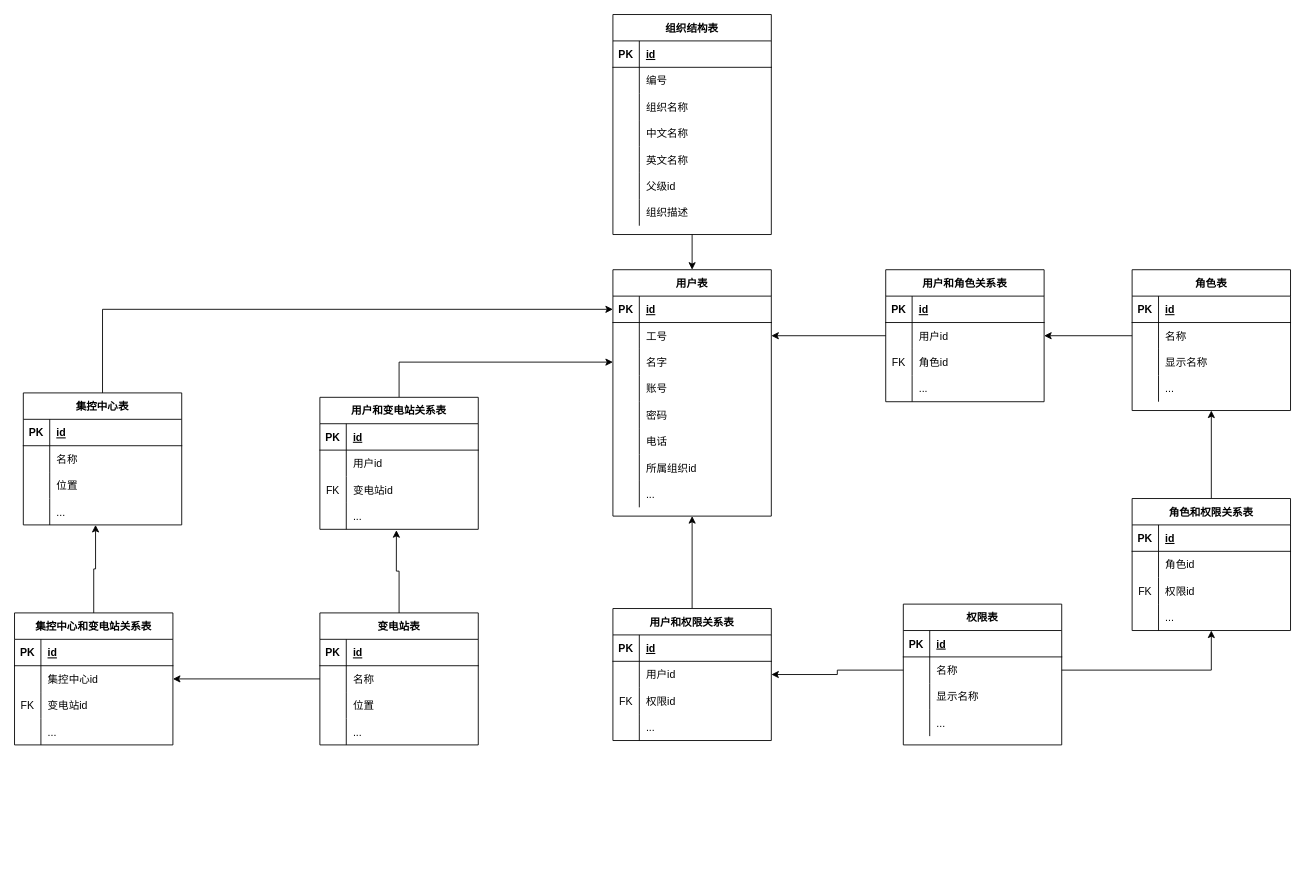
Before: 权限.drawio in wangyufei0807/draw, a draw.io diagram. Source tidied: cells renumbered, new cells numbered last; positions are measured from the earlier drawing's top-left corner, leaving out a move shared by most shapes. Both pictures are drawn from the tidied source at 88%, with x=0, y=0 at pixel (14, 14).
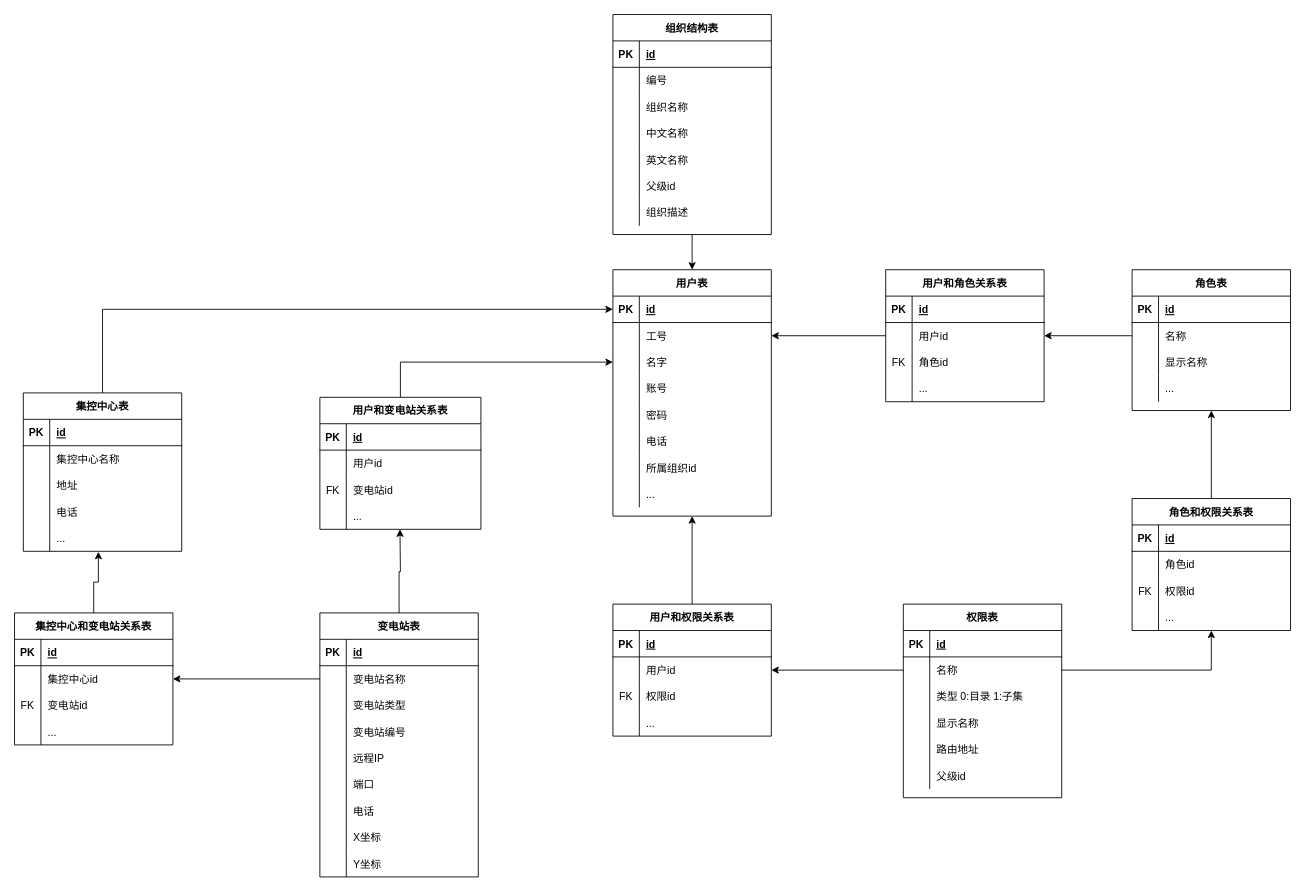
The same page after the edit.

Unchanged cells that the change refers to:
```xml
<mxCell id="57" style="shape=partialRectangle;fillColor=none;top=0;left=0;bottom=0;right=0;points=[[0,0.5],[1,0.5]];portConstraint=eastwest;" parent="53" vertex="1">
  <mxGeometry y="60" width="180" height="30" as="geometry" />
</mxCell>
<mxCell id="60" style="shape=partialRectangle;fillColor=none;top=0;left=0;bottom=0;right=0;" parent="53" vertex="1">
  <mxGeometry y="90" width="180" height="30" as="geometry" />
</mxCell>
<mxCell id="63" style="shape=partialRectangle;fillColor=none;top=0;left=0;bottom=0;right=0;" parent="53" vertex="1">
  <mxGeometry y="120" width="180" height="30" as="geometry" />
</mxCell>
<mxCell id="73" style="shape=partialRectangle;fillColor=none;top=0;left=0;bottom=0;right=0;" parent="66" vertex="1">
  <mxGeometry y="90" width="180" height="30" as="geometry" />
</mxCell>
<mxCell id="76" style="shape=partialRectangle;fillColor=none;top=0;left=0;bottom=0;right=0;" parent="66" vertex="1">
  <mxGeometry y="120" width="180" height="30" as="geometry" />
</mxCell>
<mxCell id="96" style="shape=partialRectangle;fillColor=none;top=0;left=0;bottom=0;right=0;" parent="92" vertex="1">
  <mxGeometry y="60" width="180" height="30" as="geometry" />
</mxCell>
<mxCell id="99" style="shape=partialRectangle;fillColor=none;top=0;left=0;bottom=0;right=0;" parent="92" vertex="1">
  <mxGeometry y="90" width="180" height="30" as="geometry" />
</mxCell>
<mxCell id="102" style="shape=partialRectangle;fillColor=none;top=0;left=0;bottom=0;right=0;points=[[0,0.5],[1,0.5]];portConstraint=eastwest;" parent="92" vertex="1">
  <mxGeometry y="120" width="180" height="30" as="geometry" />
</mxCell>
<mxCell id="105" value="集控中心和变电站关系表" style="shape=table;startSize=30;childLayout=tableLayout;rowLines=0;fontStyle=1;align=center;" parent="1" vertex="1">
  <mxGeometry y="680" width="180" height="150" as="geometry" />
</mxCell>
```

Diff of the diagram source:
```diff
@@
-    <mxCell id="8" style="edgeStyle=orthogonalEdgeStyle;rounded=0;jettySize=auto;html=1;exitX=0.5;exitY=0;exitDx=0;exitDy=0;entryX=0.483;entryY=1.033;entryDx=0;entryDy=0;entryPerimeter=0;" parent="1" edge="1" source="53" target="50">
-      <mxGeometry relative="1" as="geometry" />
+    <mxCell id="8" style="edgeStyle=orthogonalEdgeStyle;rounded=0;jettySize=auto;html=1;exitX=0.5;exitY=0;exitDx=0;exitDy=0;" parent="1" edge="1" source="53">
+      <mxGeometry relative="1" as="geometry">
+        <mxPoint x="438" y="585" as="targetPoint" />
+      </mxGeometry>
     </mxCell>
@@
-    <mxCell id="11" style="edgeStyle=orthogonalEdgeStyle;rounded=0;jettySize=auto;html=1;exitX=0.5;exitY=0;exitDx=0;exitDy=0;entryX=0.456;entryY=1;entryDx=0;entryDy=0;entryPerimeter=0;" parent="1" edge="1" source="105" target="102">
-      <mxGeometry relative="1" as="geometry" />
-    </mxCell>
@@
+    <mxCell id="178" style="edgeStyle=orthogonalEdgeStyle;rounded=0;jettySize=auto;html=1;exitX=0.5;exitY=0;exitDx=0;exitDy=0;entryX=0.474;entryY=1.016;entryDx=0;entryDy=0;entryPerimeter=0;" parent="1" edge="1" source="105" target="200">
+      <mxGeometry relative="1" as="geometry" />
+    </mxCell>
@@
     <mxCell id="40" value="用户和变电站关系表" style="shape=table;startSize=30;childLayout=tableLayout;rowLines=0;fontStyle=1;align=center;" parent="1" vertex="1">
-      <mxGeometry x="347" y="435" width="180" height="150" as="geometry" />
+      <mxGeometry x="347" y="435" width="183" height="150" as="geometry" />
     </mxCell>
     <mxCell id="41" style="shape=partialRectangle;fillColor=none;top=0;left=0;bottom=1;right=0;" parent="40" vertex="1">
-      <mxGeometry y="30" width="180" height="30" as="geometry" />
+      <mxGeometry y="30" width="183" height="30" as="geometry" />
     </mxCell>
@@
     <mxCell id="43" value="id" style="shape=partialRectangle;fillColor=none;top=0;left=0;bottom=0;right=0;align=left;spacingLeft=6;fontStyle=5;overflow=hidden;" parent="41" vertex="1">
-      <mxGeometry x="30" width="150" height="30" as="geometry" />
+      <mxGeometry x="30" width="153" height="30" as="geometry" />
     </mxCell>
     <mxCell id="44" style="shape=partialRectangle;fillColor=none;top=0;left=0;bottom=0;right=0;" parent="40" vertex="1">
-      <mxGeometry y="60" width="180" height="30" as="geometry" />
+      <mxGeometry y="60" width="183" height="30" as="geometry" />
     </mxCell>
@@
     <mxCell id="46" value="用户id" style="shape=partialRectangle;fillColor=none;top=0;left=0;bottom=0;right=0;align=left;spacingLeft=6;overflow=hidden;" parent="44" vertex="1">
-      <mxGeometry x="30" width="150" height="30" as="geometry" />
+      <mxGeometry x="30" width="153" height="30" as="geometry" />
     </mxCell>
     <mxCell id="47" style="shape=partialRectangle;fillColor=none;top=0;left=0;bottom=0;right=0;" parent="40" vertex="1">
-      <mxGeometry y="90" width="180" height="30" as="geometry" />
+      <mxGeometry y="90" width="183" height="30" as="geometry" />
     </mxCell>
@@
     <mxCell id="49" value="变电站id" style="shape=partialRectangle;fillColor=none;top=0;left=0;bottom=0;right=0;align=left;spacingLeft=6;overflow=hidden;" parent="47" vertex="1">
-      <mxGeometry x="30" width="150" height="30" as="geometry" />
+      <mxGeometry x="30" width="153" height="30" as="geometry" />
     </mxCell>
     <mxCell id="50" style="shape=partialRectangle;fillColor=none;top=0;left=0;bottom=0;right=0;points=[[0,0.5],[1,0.5]];portConstraint=eastwest;" parent="40" vertex="1">
-      <mxGeometry y="120" width="180" height="30" as="geometry" />
+      <mxGeometry y="120" width="183" height="30" as="geometry" />
     </mxCell>
@@
     <mxCell id="52" value="..." style="shape=partialRectangle;fillColor=none;top=0;left=0;bottom=0;right=0;align=left;spacingLeft=6;overflow=hidden;" parent="50" vertex="1">
-      <mxGeometry x="30" width="150" height="30" as="geometry" />
+      <mxGeometry x="30" width="153" height="30" as="geometry" />
     </mxCell>
     <mxCell id="53" value="变电站表" style="shape=table;startSize=30;childLayout=tableLayout;rowLines=0;fontStyle=1;align=center;" parent="1" vertex="1">
-      <mxGeometry x="347" y="680" width="180" height="150" as="geometry" />
+      <mxGeometry x="347" y="680" width="180" height="300" as="geometry" />
     </mxCell>
@@
-    <mxCell id="59" value="名称" style="shape=partialRectangle;fillColor=none;top=0;left=0;bottom=0;right=0;align=left;spacingLeft=6;overflow=hidden;" parent="57" vertex="1">
+    <mxCell id="59" value="变电站名称" style="shape=partialRectangle;fillColor=none;top=0;left=0;bottom=0;right=0;align=left;spacingLeft=6;overflow=hidden;" parent="57" vertex="1">
       <mxGeometry x="30" width="150" height="30" as="geometry" />
     </mxCell>
@@
-    <mxCell id="62" value="位置" style="shape=partialRectangle;fillColor=none;top=0;left=0;bottom=0;right=0;align=left;spacingLeft=6;overflow=hidden;" parent="60" vertex="1">
+    <mxCell id="62" value="变电站类型" style="shape=partialRectangle;fillColor=none;top=0;left=0;bottom=0;right=0;align=left;spacingLeft=6;overflow=hidden;" parent="60" vertex="1">
       <mxGeometry x="30" width="150" height="30" as="geometry" />
     </mxCell>
@@
-    <mxCell id="65" value="..." style="shape=partialRectangle;fillColor=none;top=0;left=0;bottom=0;right=0;align=left;spacingLeft=6;overflow=hidden;" parent="63" vertex="1">
+    <mxCell id="65" value="变电站编号" style="shape=partialRectangle;fillColor=none;top=0;left=0;bottom=0;right=0;align=left;spacingLeft=6;overflow=hidden;" parent="63" vertex="1">
       <mxGeometry x="30" width="150" height="30" as="geometry" />
     </mxCell>
+    <mxCell id="179" style="shape=partialRectangle;fillColor=none;top=0;left=0;bottom=0;right=0;" parent="53" vertex="1">
+      <mxGeometry y="150" width="180" height="30" as="geometry" />
+    </mxCell>
+    <mxCell id="180" style="shape=partialRectangle;fillColor=none;top=0;left=0;bottom=0;right=0;overflow=hidden;" parent="179" vertex="1">
+      <mxGeometry width="30" height="30" as="geometry" />
+    </mxCell>
+    <mxCell id="181" value="远程IP" style="shape=partialRectangle;fillColor=none;top=0;left=0;bottom=0;right=0;align=left;spacingLeft=6;overflow=hidden;" parent="179" vertex="1">
+      <mxGeometry x="30" width="150" height="30" as="geometry" />
+    </mxCell>
+    <mxCell id="182" style="shape=partialRectangle;fillColor=none;top=0;left=0;bottom=0;right=0;" parent="53" vertex="1">
+      <mxGeometry y="180" width="180" height="30" as="geometry" />
+    </mxCell>
+    <mxCell id="183" style="shape=partialRectangle;fillColor=none;top=0;left=0;bottom=0;right=0;overflow=hidden;" parent="182" vertex="1">
+      <mxGeometry width="30" height="30" as="geometry" />
+    </mxCell>
+    <mxCell id="184" value="端口" style="shape=partialRectangle;fillColor=none;top=0;left=0;bottom=0;right=0;align=left;spacingLeft=6;overflow=hidden;" parent="182" vertex="1">
+      <mxGeometry x="30" width="150" height="30" as="geometry" />
+    </mxCell>
+    <mxCell id="185" style="shape=partialRectangle;fillColor=none;top=0;left=0;bottom=0;right=0;" parent="53" vertex="1">
+      <mxGeometry y="210" width="180" height="30" as="geometry" />
+    </mxCell>
+    <mxCell id="186" style="shape=partialRectangle;fillColor=none;top=0;left=0;bottom=0;right=0;overflow=hidden;" parent="185" vertex="1">
+      <mxGeometry width="30" height="30" as="geometry" />
+    </mxCell>
+    <mxCell id="187" value="电话" style="shape=partialRectangle;fillColor=none;top=0;left=0;bottom=0;right=0;align=left;spacingLeft=6;overflow=hidden;" parent="185" vertex="1">
+      <mxGeometry x="30" width="150" height="30" as="geometry" />
+    </mxCell>
+    <mxCell id="188" style="shape=partialRectangle;fillColor=none;top=0;left=0;bottom=0;right=0;" parent="53" vertex="1">
+      <mxGeometry y="240" width="180" height="30" as="geometry" />
+    </mxCell>
+    <mxCell id="189" style="shape=partialRectangle;fillColor=none;top=0;left=0;bottom=0;right=0;overflow=hidden;" parent="188" vertex="1">
+      <mxGeometry width="30" height="30" as="geometry" />
+    </mxCell>
+    <mxCell id="190" value="X坐标" style="shape=partialRectangle;fillColor=none;top=0;left=0;bottom=0;right=0;align=left;spacingLeft=6;overflow=hidden;" parent="188" vertex="1">
+      <mxGeometry x="30" width="150" height="30" as="geometry" />
+    </mxCell>
+    <mxCell id="191" style="shape=partialRectangle;fillColor=none;top=0;left=0;bottom=0;right=0;" parent="53" vertex="1">
+      <mxGeometry y="270" width="180" height="30" as="geometry" />
+    </mxCell>
+    <mxCell id="192" style="shape=partialRectangle;fillColor=none;top=0;left=0;bottom=0;right=0;overflow=hidden;" parent="191" vertex="1">
+      <mxGeometry width="30" height="30" as="geometry" />
+    </mxCell>
+    <mxCell id="193" value="Y坐标" style="shape=partialRectangle;fillColor=none;top=0;left=0;bottom=0;right=0;align=left;spacingLeft=6;overflow=hidden;" parent="191" vertex="1">
+      <mxGeometry x="30" width="150" height="30" as="geometry" />
+    </mxCell>
     <mxCell id="66" value="权限表" style="shape=table;startSize=30;childLayout=tableLayout;rowLines=0;fontStyle=1;align=center;" parent="1" vertex="1">
-      <mxGeometry x="1010" y="670" width="180" height="160" as="geometry" />
+      <mxGeometry x="1010" y="670" width="180" height="220" as="geometry" />
     </mxCell>
@@
-    <mxCell id="75" value="显示名称" style="shape=partialRectangle;fillColor=none;top=0;left=0;bottom=0;right=0;align=left;spacingLeft=6;overflow=hidden;" parent="73" vertex="1">
+    <mxCell id="75" value="类型 0:目录 1:子集" style="shape=partialRectangle;fillColor=none;top=0;left=0;bottom=0;right=0;align=left;spacingLeft=6;overflow=hidden;" parent="73" vertex="1">
       <mxGeometry x="30" width="150" height="30" as="geometry" />
     </mxCell>
@@
-    <mxCell id="78" value="..." style="shape=partialRectangle;fillColor=none;top=0;left=0;bottom=0;right=0;align=left;spacingLeft=6;overflow=hidden;" parent="76" vertex="1">
+    <mxCell id="78" value="显示名称" style="shape=partialRectangle;fillColor=none;top=0;left=0;bottom=0;right=0;align=left;spacingLeft=6;overflow=hidden;" parent="76" vertex="1">
       <mxGeometry x="30" width="150" height="30" as="geometry" />
     </mxCell>
+    <mxCell id="194" style="shape=partialRectangle;fillColor=none;top=0;left=0;bottom=0;right=0;" parent="66" vertex="1">
+      <mxGeometry y="150" width="180" height="30" as="geometry" />
+    </mxCell>
+    <mxCell id="195" style="shape=partialRectangle;fillColor=none;top=0;left=0;bottom=0;right=0;overflow=hidden;" parent="194" vertex="1">
+      <mxGeometry width="30" height="30" as="geometry" />
+    </mxCell>
+    <mxCell id="196" value="路由地址" style="shape=partialRectangle;fillColor=none;top=0;left=0;bottom=0;right=0;align=left;spacingLeft=6;overflow=hidden;" parent="194" vertex="1">
+      <mxGeometry x="30" width="150" height="30" as="geometry" />
+    </mxCell>
+    <mxCell id="197" style="shape=partialRectangle;fillColor=none;top=0;left=0;bottom=0;right=0;" parent="66" vertex="1">
+      <mxGeometry y="180" width="180" height="30" as="geometry" />
+    </mxCell>
+    <mxCell id="198" style="shape=partialRectangle;fillColor=none;top=0;left=0;bottom=0;right=0;overflow=hidden;" parent="197" vertex="1">
+      <mxGeometry width="30" height="30" as="geometry" />
+    </mxCell>
+    <mxCell id="199" value="父级id" style="shape=partialRectangle;fillColor=none;top=0;left=0;bottom=0;right=0;align=left;spacingLeft=6;overflow=hidden;" parent="197" vertex="1">
+      <mxGeometry x="30" width="150" height="30" as="geometry" />
+    </mxCell>
@@
     <mxCell id="92" value="集控中心表" style="shape=table;startSize=30;childLayout=tableLayout;rowLines=0;fontStyle=1;align=center;" parent="1" vertex="1">
-      <mxGeometry x="10" y="430" width="180" height="150" as="geometry" />
+      <mxGeometry x="10" y="430" width="180" height="180" as="geometry" />
     </mxCell>
@@
-    <mxCell id="98" value="名称" style="shape=partialRectangle;fillColor=none;top=0;left=0;bottom=0;right=0;align=left;spacingLeft=6;overflow=hidden;" parent="96" vertex="1">
+    <mxCell id="98" value="集控中心名称" style="shape=partialRectangle;fillColor=none;top=0;left=0;bottom=0;right=0;align=left;spacingLeft=6;overflow=hidden;" parent="96" vertex="1">
       <mxGeometry x="30" width="150" height="30" as="geometry" />
     </mxCell>
@@
-    <mxCell id="101" value="位置" style="shape=partialRectangle;fillColor=none;top=0;left=0;bottom=0;right=0;align=left;spacingLeft=6;overflow=hidden;" parent="99" vertex="1">
+    <mxCell id="101" value="地址" style="shape=partialRectangle;fillColor=none;top=0;left=0;bottom=0;right=0;align=left;spacingLeft=6;overflow=hidden;" parent="99" vertex="1">
       <mxGeometry x="30" width="150" height="30" as="geometry" />
     </mxCell>
@@
-    <mxCell id="104" value="..." style="shape=partialRectangle;fillColor=none;top=0;left=0;bottom=0;right=0;align=left;spacingLeft=6;overflow=hidden;" parent="102" vertex="1">
+    <mxCell id="104" value="电话" style="shape=partialRectangle;fillColor=none;top=0;left=0;bottom=0;right=0;align=left;spacingLeft=6;overflow=hidden;" parent="102" vertex="1">
       <mxGeometry x="30" width="150" height="30" as="geometry" />
     </mxCell>
+    <mxCell id="200" style="shape=partialRectangle;fillColor=none;top=0;left=0;bottom=0;right=0;points=[[0,0.5],[1,0.5]];portConstraint=eastwest;" parent="92" vertex="1">
+      <mxGeometry y="150" width="180" height="30" as="geometry" />
+    </mxCell>
+    <mxCell id="201" style="shape=partialRectangle;fillColor=none;top=0;left=0;bottom=0;right=0;overflow=hidden;" parent="200" vertex="1">
+      <mxGeometry width="30" height="30" as="geometry" />
+    </mxCell>
+    <mxCell id="202" value="..." style="shape=partialRectangle;fillColor=none;top=0;left=0;bottom=0;right=0;align=left;spacingLeft=6;overflow=hidden;" parent="200" vertex="1">
+      <mxGeometry x="30" width="150" height="30" as="geometry" />
+    </mxCell>
@@
     <mxCell id="165" value="用户和权限关系表" style="shape=table;startSize=30;childLayout=tableLayout;rowLines=0;fontStyle=1;align=center;" parent="1" vertex="1">
-      <mxGeometry x="680" y="675" width="180" height="150" as="geometry" />
+      <mxGeometry x="680" y="670" width="180" height="150" as="geometry" />
     </mxCell>
```
